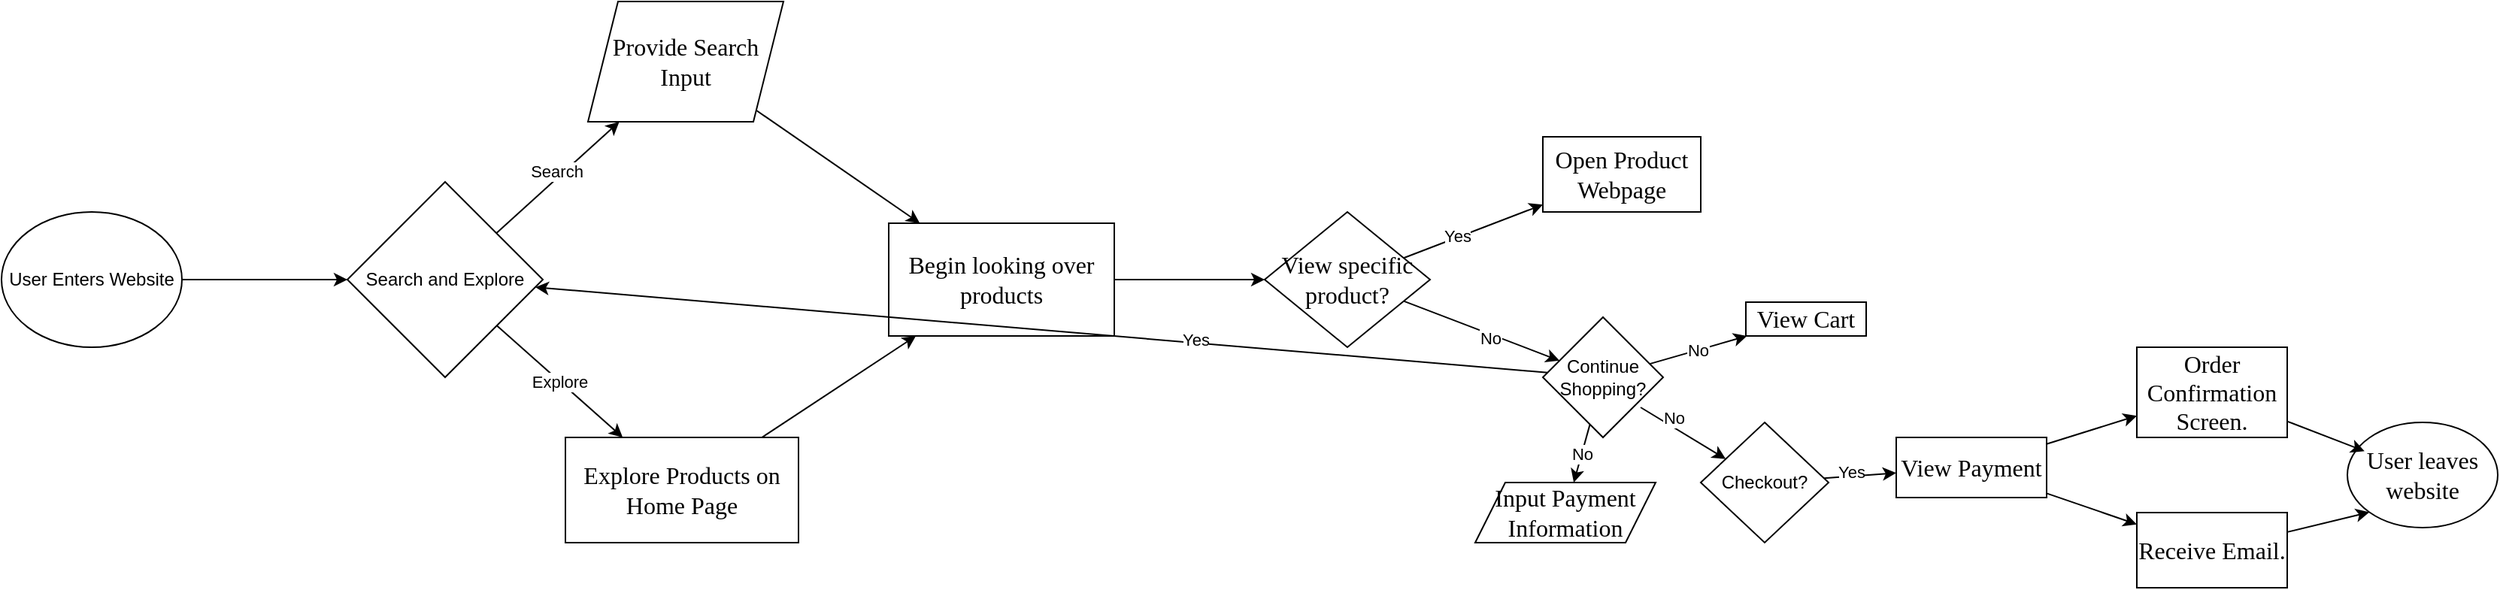
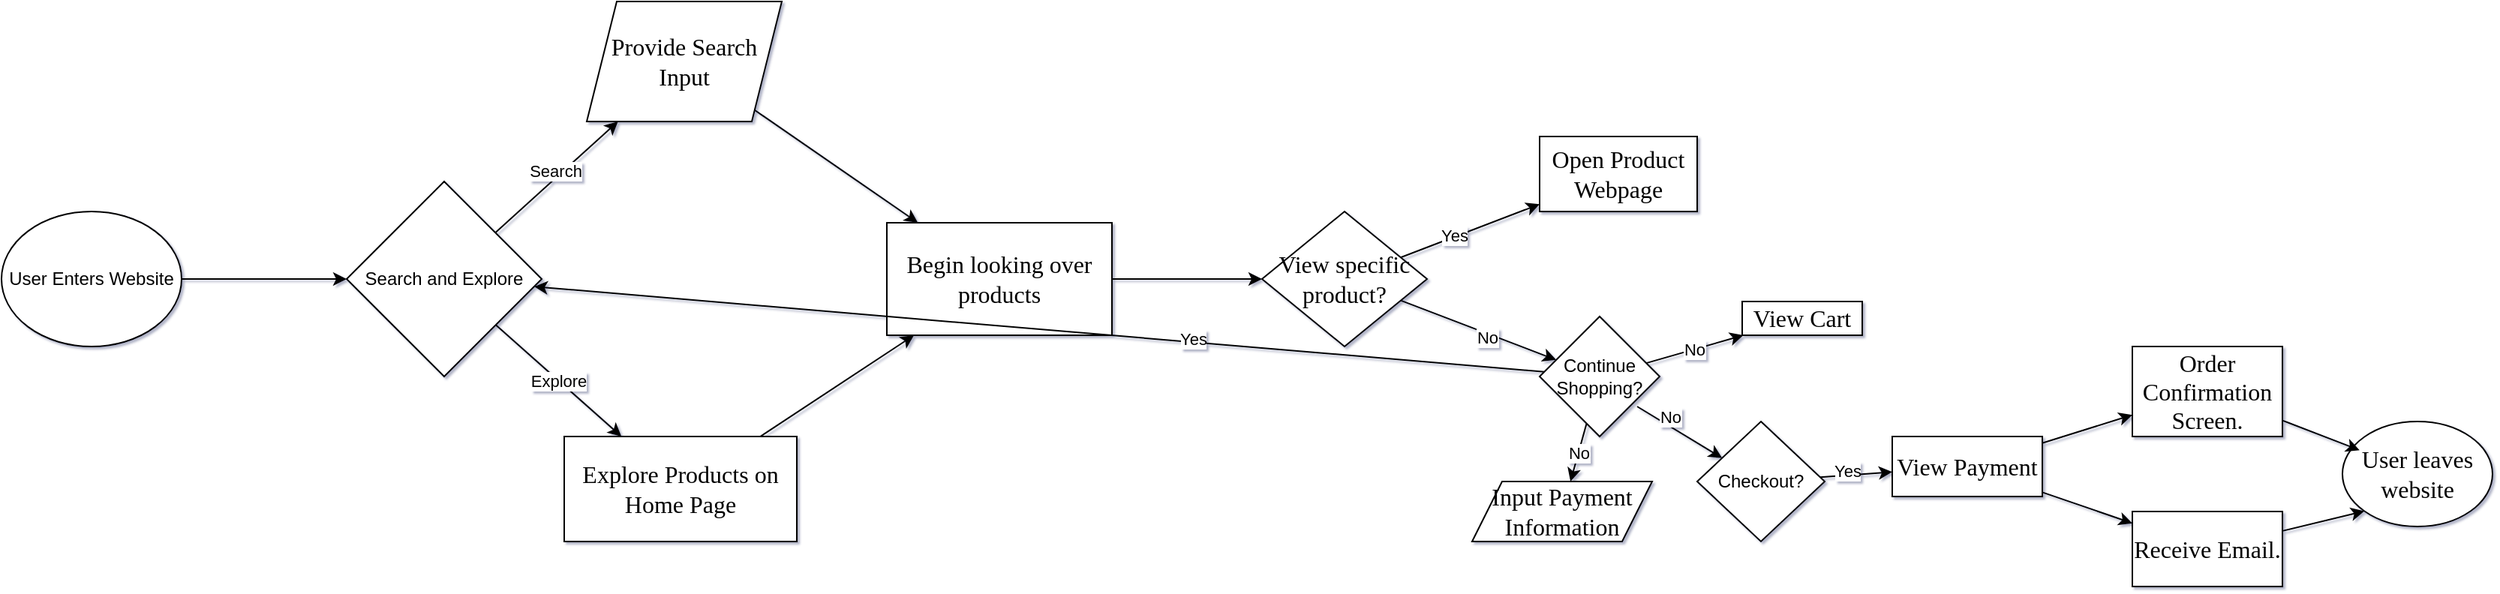
<mxfile host="65bd71144e">
    <diagram id="i4bblPcb4JTa1WpyTDaZ" name="Page-1">
-         <mxGraphModel dx="1647" dy="2276" grid="1" gridSize="10" guides="1" tooltips="1" connect="1" arrows="1" fold="1" page="1" pageScale="1" pageWidth="850" pageHeight="1100" background="#FFFFFF" math="0" shadow="0">
+         <mxGraphModel dx="1647" dy="2276" grid="1" gridSize="10" guides="1" tooltips="1" connect="1" arrows="1" fold="1" page="1" pageScale="1" pageWidth="850" pageHeight="1100" background="#FFFFFF" math="0" shadow="1">
            <root>
                <mxCell id="0"/>
                <mxCell id="1" parent="0"/>
                <mxCell id="4" value="" style="edgeStyle=none;html=1;" edge="1" parent="1" source="2" target="3">
                    <mxGeometry relative="1" as="geometry"/>
                </mxCell>
                <mxCell id="2" value="User Enters Website" style="ellipse;whiteSpace=wrap;html=1;" vertex="1" parent="1">
                    <mxGeometry x="50" y="60" width="120" height="90" as="geometry"/>
                </mxCell>
                <mxCell id="6" value="" style="edgeStyle=none;html=1;" edge="1" parent="1" source="3" target="5">
                    <mxGeometry relative="1" as="geometry"/>
                </mxCell>
                <mxCell id="7" value="Search" style="edgeLabel;html=1;align=center;verticalAlign=middle;resizable=0;points=[];" vertex="1" connectable="0" parent="6">
                    <mxGeometry x="0.0422" y="4" relative="1" as="geometry">
                        <mxPoint as="offset"/>
                    </mxGeometry>
                </mxCell>
                <mxCell id="9" value="Explore" style="edgeStyle=none;html=1;" edge="1" parent="1" source="3" target="8">
                    <mxGeometry relative="1" as="geometry"/>
                </mxCell>
                <mxCell id="3" value="Search and Explore" style="rhombus;whiteSpace=wrap;html=1;" vertex="1" parent="1">
                    <mxGeometry x="280" y="40" width="130" height="130" as="geometry"/>
                </mxCell>
                <mxCell id="15" value="" style="edgeStyle=none;html=1;" edge="1" parent="1" source="5" target="14">
                    <mxGeometry relative="1" as="geometry"/>
                </mxCell>
                <mxCell id="5" value="&lt;span style=&quot;caret-color: rgb(0, 0, 0); color: rgb(0, 0, 0); font-family: -webkit-standard; font-size: medium; text-align: start;&quot;&gt;Provide Search Input&lt;/span&gt;" style="shape=parallelogram;perimeter=parallelogramPerimeter;whiteSpace=wrap;html=1;fixedSize=1;" vertex="1" parent="1">
                    <mxGeometry x="440" y="-80" width="130" height="80" as="geometry"/>
                </mxCell>
                <mxCell id="16" value="" style="edgeStyle=none;html=1;" edge="1" parent="1" source="8" target="14">
                    <mxGeometry relative="1" as="geometry"/>
                </mxCell>
                <mxCell id="8" value="&lt;span style=&quot;caret-color: rgb(0, 0, 0); color: rgb(0, 0, 0); font-family: -webkit-standard; font-size: medium; text-align: start;&quot;&gt;Explore Products on Home Page&lt;/span&gt;" style="rounded=0;whiteSpace=wrap;html=1;" vertex="1" parent="1">
                    <mxGeometry x="425" y="210" width="155" height="70" as="geometry"/>
                </mxCell>
                <mxCell id="18" value="" style="edgeStyle=none;html=1;" edge="1" parent="1" source="14" target="17">
                    <mxGeometry relative="1" as="geometry"/>
                </mxCell>
                <mxCell id="14" value="&lt;span style=&quot;caret-color: rgb(0, 0, 0); color: rgb(0, 0, 0); font-family: -webkit-standard; font-size: medium; text-align: start;&quot;&gt;Begin looking over products&lt;/span&gt;" style="whiteSpace=wrap;html=1;" vertex="1" parent="1">
                    <mxGeometry x="640" y="67.5" width="150" height="75" as="geometry"/>
                </mxCell>
                <mxCell id="22" value="" style="edgeStyle=none;html=1;" edge="1" parent="1" source="17" target="21">
                    <mxGeometry relative="1" as="geometry"/>
                </mxCell>
                <mxCell id="23" value="Yes" style="edgeLabel;html=1;align=center;verticalAlign=middle;resizable=0;points=[];" vertex="1" connectable="0" parent="22">
                    <mxGeometry x="-0.219" y="1" relative="1" as="geometry">
                        <mxPoint as="offset"/>
                    </mxGeometry>
                </mxCell>
                <mxCell id="31" value="" style="edgeStyle=none;html=1;" edge="1" parent="1" source="17" target="30">
                    <mxGeometry relative="1" as="geometry"/>
                </mxCell>
                <mxCell id="32" value="No" style="edgeLabel;html=1;align=center;verticalAlign=middle;resizable=0;points=[];" vertex="1" connectable="0" parent="31">
                    <mxGeometry x="0.0958" y="-3" relative="1" as="geometry">
                        <mxPoint x="1" as="offset"/>
                    </mxGeometry>
                </mxCell>
                <mxCell id="17" value="&lt;span style=&quot;caret-color: rgb(0, 0, 0); color: rgb(0, 0, 0); font-family: -webkit-standard; font-size: medium; text-align: start;&quot;&gt;View specific product?&lt;/span&gt;" style="rhombus;whiteSpace=wrap;html=1;" vertex="1" parent="1">
                    <mxGeometry x="890" y="60" width="110" height="90" as="geometry"/>
                </mxCell>
                <mxCell id="21" value="&lt;span style=&quot;caret-color: rgb(0, 0, 0); color: rgb(0, 0, 0); font-family: -webkit-standard; font-size: medium; text-align: start;&quot;&gt;Open Product Webpage&lt;/span&gt;" style="whiteSpace=wrap;html=1;" vertex="1" parent="1">
                    <mxGeometry x="1075" y="10" width="105" height="50" as="geometry"/>
                </mxCell>
                <mxCell id="35" style="edgeStyle=none;html=1;" edge="1" parent="1" source="30" target="3">
                    <mxGeometry relative="1" as="geometry"/>
                </mxCell>
                <mxCell id="37" value="Yes" style="edgeLabel;html=1;align=center;verticalAlign=middle;resizable=0;points=[];" vertex="1" connectable="0" parent="35">
                    <mxGeometry x="-0.3007" y="-2" relative="1" as="geometry">
                        <mxPoint x="1" as="offset"/>
                    </mxGeometry>
                </mxCell>
                <mxCell id="39" value="" style="edgeStyle=none;html=1;" edge="1" parent="1" target="38">
                    <mxGeometry relative="1" as="geometry">
                        <mxPoint x="1140" y="190" as="sourcePoint"/>
                    </mxGeometry>
                </mxCell>
                <mxCell id="46" value="No" style="edgeLabel;html=1;align=center;verticalAlign=middle;resizable=0;points=[];" vertex="1" connectable="0" parent="39">
                    <mxGeometry x="-0.3335" y="5" relative="1" as="geometry">
                        <mxPoint as="offset"/>
                    </mxGeometry>
                </mxCell>
                <mxCell id="53" value="No" style="edgeStyle=none;html=1;" edge="1" parent="1" source="30" target="52">
                    <mxGeometry relative="1" as="geometry"/>
                </mxCell>
                <mxCell id="56" value="No" style="edgeStyle=none;html=1;" edge="1" parent="1" source="30" target="55">
                    <mxGeometry relative="1" as="geometry"/>
                </mxCell>
                <mxCell id="30" value="Continue Shopping?" style="rhombus;whiteSpace=wrap;html=1;" vertex="1" parent="1">
                    <mxGeometry x="1075" y="130" width="80" height="80" as="geometry"/>
                </mxCell>
                <mxCell id="44" value="" style="edgeStyle=none;html=1;" edge="1" parent="1" source="38" target="43">
                    <mxGeometry relative="1" as="geometry"/>
                </mxCell>
                <mxCell id="48" value="Yes" style="edgeLabel;html=1;align=center;verticalAlign=middle;resizable=0;points=[];" vertex="1" connectable="0" parent="44">
                    <mxGeometry x="-0.2437" y="3" relative="1" as="geometry">
                        <mxPoint as="offset"/>
                    </mxGeometry>
                </mxCell>
                <mxCell id="38" value="Checkout?" style="rhombus;whiteSpace=wrap;html=1;" vertex="1" parent="1">
                    <mxGeometry x="1180" y="200" width="85" height="80" as="geometry"/>
                </mxCell>
                <mxCell id="59" value="" style="edgeStyle=none;html=1;" edge="1" parent="1" source="43" target="58">
                    <mxGeometry relative="1" as="geometry"/>
                </mxCell>
                <mxCell id="62" value="" style="edgeStyle=none;html=1;" edge="1" parent="1" source="43" target="61">
                    <mxGeometry relative="1" as="geometry"/>
                </mxCell>
                <mxCell id="43" value="&lt;span style=&quot;caret-color: rgb(0, 0, 0); color: rgb(0, 0, 0); font-family: -webkit-standard; font-size: medium; text-align: start;&quot;&gt;View Payment&lt;/span&gt;" style="whiteSpace=wrap;html=1;" vertex="1" parent="1">
                    <mxGeometry x="1310" y="210" width="100" height="40" as="geometry"/>
                </mxCell>
                <mxCell id="52" value="&lt;span style=&quot;caret-color: rgb(0, 0, 0); color: rgb(0, 0, 0); font-family: -webkit-standard; font-size: medium; text-align: start;&quot;&gt;View Cart&lt;/span&gt;" style="whiteSpace=wrap;html=1;" vertex="1" parent="1">
                    <mxGeometry x="1210" y="120" width="80" height="22.5" as="geometry"/>
                </mxCell>
                <mxCell id="55" value="&lt;span style=&quot;caret-color: rgb(0, 0, 0); color: rgb(0, 0, 0); font-family: -webkit-standard; font-size: medium; text-align: start;&quot;&gt;Input Payment Information&lt;/span&gt;" style="shape=parallelogram;perimeter=parallelogramPerimeter;whiteSpace=wrap;html=1;fixedSize=1;" vertex="1" parent="1">
                    <mxGeometry x="1030" y="240" width="120" height="40" as="geometry"/>
                </mxCell>
                <mxCell id="58" value="&lt;span style=&quot;caret-color: rgb(0, 0, 0); color: rgb(0, 0, 0); font-family: -webkit-standard; font-size: medium; text-align: start;&quot;&gt;Order Confirmation Screen.&lt;/span&gt;" style="whiteSpace=wrap;html=1;" vertex="1" parent="1">
                    <mxGeometry x="1470" y="150" width="100" height="60" as="geometry"/>
                </mxCell>
                <mxCell id="68" style="edgeStyle=none;html=1;entryX=0;entryY=1;entryDx=0;entryDy=0;" edge="1" parent="1" source="61" target="67">
                    <mxGeometry relative="1" as="geometry"/>
                </mxCell>
                <mxCell id="61" value="&lt;span style=&quot;caret-color: rgb(0, 0, 0); color: rgb(0, 0, 0); font-family: -webkit-standard; font-size: medium; text-align: start;&quot;&gt;Receive Email.&lt;/span&gt;" style="whiteSpace=wrap;html=1;" vertex="1" parent="1">
                    <mxGeometry x="1470" y="260" width="100" height="50" as="geometry"/>
                </mxCell>
                <mxCell id="67" value="&lt;span style=&quot;caret-color: rgb(0, 0, 0); color: rgb(0, 0, 0); font-family: -webkit-standard; font-size: medium; text-align: start;&quot;&gt;User leaves website&lt;/span&gt;" style="ellipse;whiteSpace=wrap;html=1;" vertex="1" parent="1">
                    <mxGeometry x="1610" y="200" width="100" height="70" as="geometry"/>
                </mxCell>
                <mxCell id="69" style="edgeStyle=none;html=1;entryX=0.114;entryY=0.273;entryDx=0;entryDy=0;entryPerimeter=0;" edge="1" parent="1" source="58" target="67">
                    <mxGeometry relative="1" as="geometry"/>
                </mxCell>
            </root>
        </mxGraphModel>
    </diagram>
</mxfile>